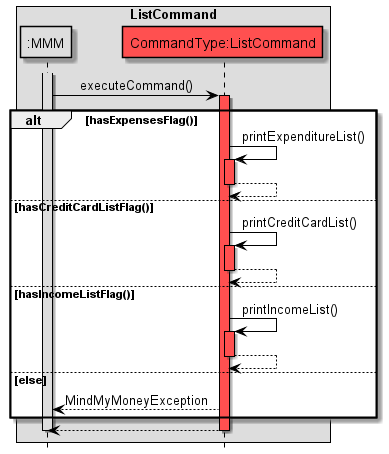
nus-cs2113-AY2122S2/tp keeps this PlantUML diagram as docs/images/ListCommandSequenceDiagram.png. Above is the earlier version.
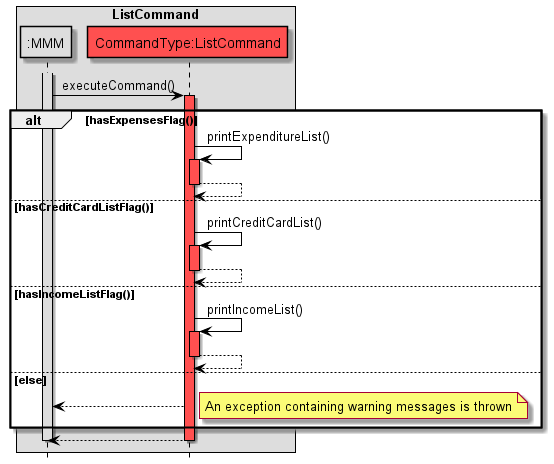
The same diagram one commit later.

Change to the diagram source:
```diff
@@ -39,7 +39,10 @@
 deactivate C
 
 else else
-C --> MMM: MindMyMoneyException
+C --> MMM
+note right
+An exception containing warning messages is thrown
+end note
 
 end
 C --> MMM
```
